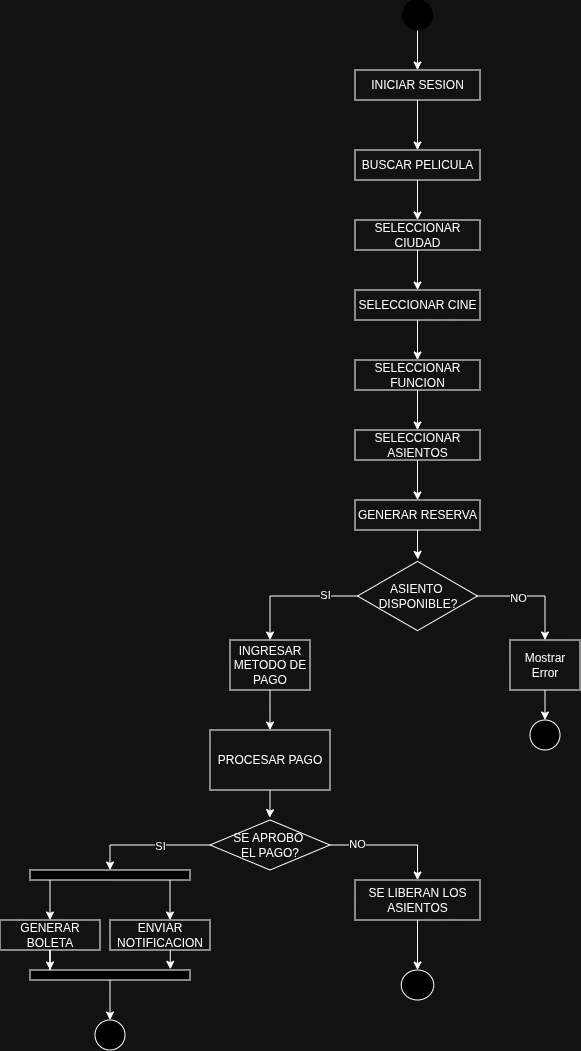
matiuuh/SA_PRACTICA_G10 keeps this draw.io diagram as Practica1/Doc/Diagramas/DiagramaActividades.png. Above is the earlier version. Source tidied: cells renumbered, new cells last; positions are measured from the earlier drawing's top-left corner, leaving out a move shared by most shapes. Its diagram source:
```xml
<mxGraphModel>
  <root>
    <mxCell id="0" />
    <mxCell id="1" parent="0" />
    <mxCell id="2" style="edgeStyle=orthogonalEdgeStyle;rounded=0;jettySize=auto;html=1;entryX=0.5;entryY=0;entryDx=0;entryDy=0;" parent="1" edge="1" source="3" target="5">
      <mxGeometry relative="1" as="geometry" />
    </mxCell>
    <mxCell id="3" style="ellipse;whiteSpace=wrap;html=1;fillColor=light-dark(#FFFFFF,#000000);strokeColor=light-dark(#FFFFFF,#000000);" parent="1" vertex="1">
      <mxGeometry x="402.5" width="30" height="30" as="geometry" />
    </mxCell>
    <mxCell id="4" style="edgeStyle=orthogonalEdgeStyle;rounded=0;jettySize=auto;html=1;entryX=0.5;entryY=0;entryDx=0;entryDy=0;" parent="1" edge="1" source="5" target="7">
      <mxGeometry relative="1" as="geometry" />
    </mxCell>
    <mxCell id="5" value="INICIAR SESION" style="rounded=0;whiteSpace=wrap;html=1;" parent="1" vertex="1">
      <mxGeometry x="355" y="70" width="125" height="30" as="geometry" />
    </mxCell>
    <mxCell id="6" style="edgeStyle=orthogonalEdgeStyle;rounded=0;jettySize=auto;html=1;" parent="1" edge="1" source="7" target="9">
      <mxGeometry relative="1" as="geometry" />
    </mxCell>
    <mxCell id="7" value="BUSCAR PELICULA" style="whiteSpace=wrap;html=1;rounded=0;" parent="1" vertex="1">
      <mxGeometry x="355" y="150" width="125" height="30" as="geometry" />
    </mxCell>
    <mxCell id="8" style="edgeStyle=orthogonalEdgeStyle;rounded=0;jettySize=auto;html=1;" parent="1" edge="1" source="9" target="11">
      <mxGeometry relative="1" as="geometry" />
    </mxCell>
    <mxCell id="9" value="SELECCIONAR CIUDAD" style="whiteSpace=wrap;html=1;rounded=0;" parent="1" vertex="1">
      <mxGeometry x="355" y="220" width="125" height="30" as="geometry" />
    </mxCell>
    <mxCell id="10" style="edgeStyle=orthogonalEdgeStyle;rounded=0;jettySize=auto;html=1;" parent="1" edge="1" source="11" target="13">
      <mxGeometry relative="1" as="geometry" />
    </mxCell>
    <mxCell id="11" value="SELECCIONAR CINE" style="whiteSpace=wrap;html=1;rounded=0;" parent="1" vertex="1">
      <mxGeometry x="355" y="290" width="125" height="30" as="geometry" />
    </mxCell>
    <mxCell id="12" style="edgeStyle=orthogonalEdgeStyle;rounded=0;jettySize=auto;html=1;" parent="1" edge="1" source="13" target="15">
      <mxGeometry relative="1" as="geometry" />
    </mxCell>
    <mxCell id="13" value="SELECCIONAR FUNCION" style="whiteSpace=wrap;html=1;rounded=0;" parent="1" vertex="1">
      <mxGeometry x="355" y="360" width="125" height="30" as="geometry" />
    </mxCell>
    <mxCell id="14" style="edgeStyle=orthogonalEdgeStyle;rounded=0;jettySize=auto;html=1;" parent="1" edge="1" source="15" target="16">
      <mxGeometry relative="1" as="geometry" />
    </mxCell>
    <mxCell id="15" value="SELECCIONAR ASIENTOS" style="whiteSpace=wrap;html=1;rounded=0;" parent="1" vertex="1">
      <mxGeometry x="355" y="430" width="125" height="30" as="geometry" />
    </mxCell>
    <mxCell id="16" value="GENERAR RESERVA" style="whiteSpace=wrap;html=1;rounded=0;" parent="1" vertex="1">
      <mxGeometry x="355" y="500" width="125" height="30" as="geometry" />
    </mxCell>
    <mxCell id="17" style="edgeStyle=orthogonalEdgeStyle;rounded=0;jettySize=auto;html=1;" parent="1" edge="1" source="21" target="24">
      <mxGeometry relative="1" as="geometry" />
    </mxCell>
    <mxCell id="18" value="NO" style="edgeLabel;html=1;align=center;verticalAlign=middle;" parent="17" vertex="1">
      <mxGeometry x="-0.29" y="-2" relative="1" as="geometry" />
    </mxCell>
    <mxCell id="19" style="edgeStyle=orthogonalEdgeStyle;rounded=0;jettySize=auto;html=1;" parent="1" edge="1" source="21" target="27">
      <mxGeometry relative="1" as="geometry" />
    </mxCell>
    <mxCell id="20" value="SI" style="edgeLabel;html=1;align=center;verticalAlign=middle;" parent="19" vertex="1">
      <mxGeometry x="-0.51" y="-1" relative="1" as="geometry" />
    </mxCell>
    <mxCell id="21" value="ASIENTO&amp;nbsp;&lt;div&gt;DISPONIBLE?&lt;/div&gt;" style="html=1;whiteSpace=wrap;shape=isoRectangle;" parent="1" vertex="1">
      <mxGeometry x="357.5" y="560" width="120" height="72" as="geometry" />
    </mxCell>
    <mxCell id="22" style="edgeStyle=orthogonalEdgeStyle;rounded=0;jettySize=auto;html=1;entryX=0.503;entryY=-0.009;entryDx=0;entryDy=0;entryPerimeter=0;" parent="1" edge="1" source="16" target="21">
      <mxGeometry relative="1" as="geometry" />
    </mxCell>
    <mxCell id="23" style="edgeStyle=orthogonalEdgeStyle;rounded=0;jettySize=auto;html=1;exitX=0.5;exitY=1;exitDx=0;exitDy=0;entryX=0.5;entryY=0;entryDx=0;entryDy=0;" parent="1" edge="1" source="24" target="25">
      <mxGeometry relative="1" as="geometry" />
    </mxCell>
    <mxCell id="24" value="Mostrar Error" style="whiteSpace=wrap;html=1;" parent="1" vertex="1">
      <mxGeometry x="510" y="640" width="70" height="50" as="geometry" />
    </mxCell>
    <mxCell id="25" style="ellipse;whiteSpace=wrap;html=1;fillColor=light-dark(#FFFFFF,#000000);strokeColor=light-dark(#FFFFFF,#FFFFFF);" parent="1" vertex="1">
      <mxGeometry x="530" y="720" width="30" height="30" as="geometry" />
    </mxCell>
    <mxCell id="26" style="edgeStyle=orthogonalEdgeStyle;rounded=0;jettySize=auto;html=1;" parent="1" edge="1" source="27" target="28">
      <mxGeometry relative="1" as="geometry" />
    </mxCell>
    <mxCell id="27" value="INGRESAR METODO DE PAGO" style="whiteSpace=wrap;html=1;" parent="1" vertex="1">
      <mxGeometry x="230" y="640" width="80" height="50" as="geometry" />
    </mxCell>
    <mxCell id="28" value="PROCESAR PAGO" style="whiteSpace=wrap;html=1;" parent="1" vertex="1">
      <mxGeometry x="210" y="730" width="120" height="60" as="geometry" />
    </mxCell>
    <mxCell id="29" style="edgeStyle=orthogonalEdgeStyle;rounded=0;jettySize=auto;html=1;" parent="1" edge="1" source="33" target="36">
      <mxGeometry relative="1" as="geometry">
        <Array as="points">
          <mxPoint x="110" y="845" />
        </Array>
      </mxGeometry>
    </mxCell>
    <mxCell id="30" value="SI" style="edgeLabel;html=1;align=center;verticalAlign=middle;" parent="29" vertex="1">
      <mxGeometry x="-0.19" y="1" relative="1" as="geometry" />
    </mxCell>
    <mxCell id="31" style="edgeStyle=orthogonalEdgeStyle;rounded=0;jettySize=auto;html=1;" parent="1" edge="1" source="33" target="46">
      <mxGeometry relative="1" as="geometry" />
    </mxCell>
    <mxCell id="32" value="NO" style="edgeLabel;html=1;align=center;verticalAlign=middle;" parent="31" vertex="1">
      <mxGeometry x="-0.55" y="1" relative="1" as="geometry" />
    </mxCell>
    <mxCell id="33" value="SE APROBO&amp;nbsp;&lt;div&gt;EL PAGO?&lt;/div&gt;" style="rhombus;whiteSpace=wrap;html=1;" parent="1" vertex="1">
      <mxGeometry x="210" y="820" width="120" height="50" as="geometry" />
    </mxCell>
    <mxCell id="34" style="edgeStyle=orthogonalEdgeStyle;rounded=0;jettySize=auto;html=1;entryX=0.497;entryY=-0.047;entryDx=0;entryDy=0;entryPerimeter=0;" parent="1" edge="1" source="28" target="33">
      <mxGeometry relative="1" as="geometry" />
    </mxCell>
    <mxCell id="35" style="edgeStyle=orthogonalEdgeStyle;rounded=0;jettySize=auto;html=1;entryX=0.5;entryY=0;entryDx=0;entryDy=0;" parent="1" edge="1" source="36" target="37">
      <mxGeometry relative="1" as="geometry">
        <Array as="points">
          <mxPoint x="50" y="900" />
          <mxPoint x="50" y="900" />
        </Array>
      </mxGeometry>
    </mxCell>
    <mxCell id="36" style="whiteSpace=wrap;html=1;fillColor=light-dark(#FFFFFF,#000000);" parent="1" vertex="1">
      <mxGeometry x="30" y="870" width="160" height="10" as="geometry" />
    </mxCell>
    <mxCell id="37" value="GENERAR BOLETA" style="rounded=0;whiteSpace=wrap;html=1;" parent="1" vertex="1">
      <mxGeometry y="920" width="100" height="30" as="geometry" />
    </mxCell>
    <mxCell id="38" value="ENVIAR NOTIFICACION" style="rounded=0;whiteSpace=wrap;html=1;" parent="1" vertex="1">
      <mxGeometry x="110" y="920" width="100" height="30" as="geometry" />
    </mxCell>
    <mxCell id="39" style="edgeStyle=orthogonalEdgeStyle;rounded=0;jettySize=auto;html=1;entryX=0.6;entryY=0;entryDx=0;entryDy=0;entryPerimeter=0;" parent="1" edge="1" source="36" target="38">
      <mxGeometry relative="1" as="geometry">
        <Array as="points">
          <mxPoint x="170" y="890" />
          <mxPoint x="170" y="890" />
        </Array>
      </mxGeometry>
    </mxCell>
    <mxCell id="40" style="edgeStyle=orthogonalEdgeStyle;rounded=0;jettySize=auto;html=1;" parent="1" edge="1" source="41" target="44">
      <mxGeometry relative="1" as="geometry" />
    </mxCell>
    <mxCell id="41" style="whiteSpace=wrap;html=1;fillColor=light-dark(#FFFFFF,#000000);" parent="1" vertex="1">
      <mxGeometry x="30" y="970" width="160" height="10" as="geometry" />
    </mxCell>
    <mxCell id="42" style="edgeStyle=orthogonalEdgeStyle;rounded=0;jettySize=auto;html=1;entryX=0.125;entryY=0;entryDx=0;entryDy=0;entryPerimeter=0;" parent="1" edge="1" source="37" target="41">
      <mxGeometry relative="1" as="geometry" />
    </mxCell>
    <mxCell id="43" style="edgeStyle=orthogonalEdgeStyle;rounded=0;jettySize=auto;html=1;entryX=0.877;entryY=-0.067;entryDx=0;entryDy=0;entryPerimeter=0;" parent="1" edge="1" source="38" target="41">
      <mxGeometry relative="1" as="geometry">
        <Array as="points">
          <mxPoint x="170" y="970" />
        </Array>
      </mxGeometry>
    </mxCell>
    <mxCell id="44" style="ellipse;whiteSpace=wrap;html=1;fillColor=light-dark(#FFFFFF,#000000);" parent="1" vertex="1">
      <mxGeometry x="95" y="1020" width="30" height="30" as="geometry" />
    </mxCell>
    <mxCell id="45" style="edgeStyle=orthogonalEdgeStyle;rounded=0;jettySize=auto;html=1;" parent="1" edge="1" source="46" target="47">
      <mxGeometry relative="1" as="geometry" />
    </mxCell>
    <mxCell id="46" value="SE LIBERAN LOS ASIENTOS" style="whiteSpace=wrap;html=1;" parent="1" vertex="1">
      <mxGeometry x="355" y="880" width="125" height="40" as="geometry" />
    </mxCell>
    <mxCell id="47" style="ellipse;whiteSpace=wrap;html=1;fillColor=light-dark(#FFFFFF,#000000);" parent="1" vertex="1">
      <mxGeometry x="401.2" y="970" width="32.5" height="30" as="geometry" />
    </mxCell>
  </root>
</mxGraphModel>
```
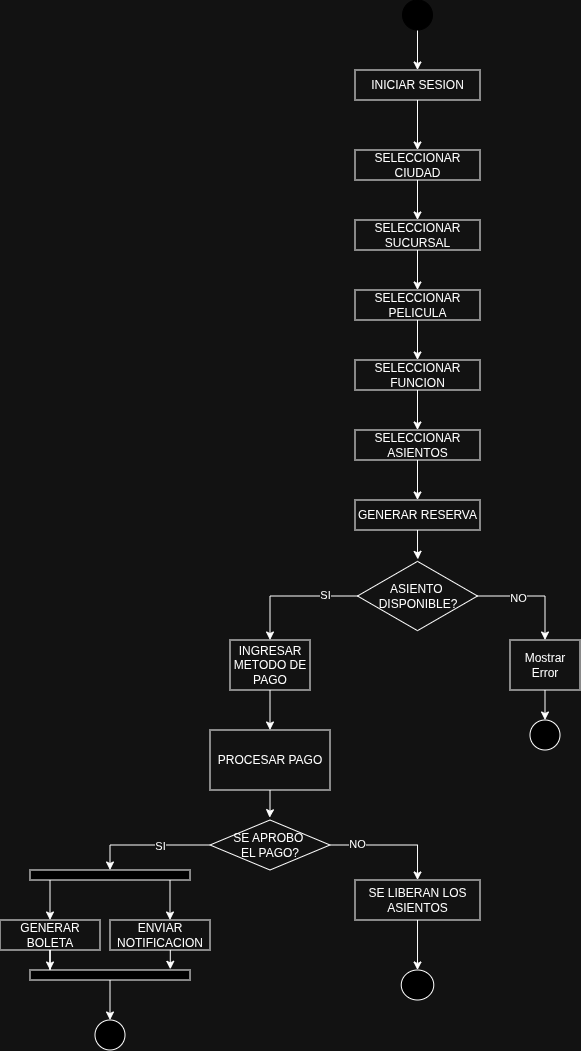
After the change.

Commit message:
202102771: Correcion Diagrama

What changed in the source:
```diff
@@ -17,19 +17,19 @@
     <mxCell id="6" style="edgeStyle=orthogonalEdgeStyle;rounded=0;jettySize=auto;html=1;" parent="1" edge="1" source="7" target="9">
       <mxGeometry relative="1" as="geometry" />
     </mxCell>
-    <mxCell id="7" value="BUSCAR PELICULA" style="whiteSpace=wrap;html=1;rounded=0;" parent="1" vertex="1">
+    <mxCell id="7" value="SELECCIONAR CIUDAD" style="whiteSpace=wrap;html=1;rounded=0;" parent="1" vertex="1">
       <mxGeometry x="355" y="150" width="125" height="30" as="geometry" />
     </mxCell>
     <mxCell id="8" style="edgeStyle=orthogonalEdgeStyle;rounded=0;jettySize=auto;html=1;" parent="1" edge="1" source="9" target="11">
       <mxGeometry relative="1" as="geometry" />
     </mxCell>
-    <mxCell id="9" value="SELECCIONAR CIUDAD" style="whiteSpace=wrap;html=1;rounded=0;" parent="1" vertex="1">
+    <mxCell id="9" value="SELECCIONAR SUCURSAL" style="whiteSpace=wrap;html=1;rounded=0;" parent="1" vertex="1">
       <mxGeometry x="355" y="220" width="125" height="30" as="geometry" />
     </mxCell>
     <mxCell id="10" style="edgeStyle=orthogonalEdgeStyle;rounded=0;jettySize=auto;html=1;" parent="1" edge="1" source="11" target="13">
       <mxGeometry relative="1" as="geometry" />
     </mxCell>
-    <mxCell id="11" value="SELECCIONAR CINE" style="whiteSpace=wrap;html=1;rounded=0;" parent="1" vertex="1">
+    <mxCell id="11" value="SELECCIONAR PELICULA" style="whiteSpace=wrap;html=1;rounded=0;" parent="1" vertex="1">
       <mxGeometry x="355" y="290" width="125" height="30" as="geometry" />
     </mxCell>
     <mxCell id="12" style="edgeStyle=orthogonalEdgeStyle;rounded=0;jettySize=auto;html=1;" parent="1" edge="1" source="13" target="15">
```
